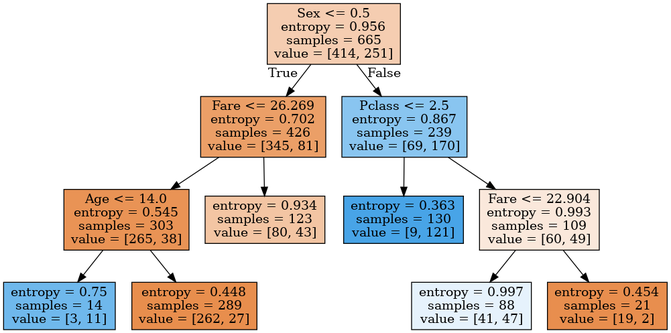
Before: datanerd.hateblo.jp/2020/04/30/tree/model2.png, a diagram exported from Graphviz (sugiyamath/self_kaggling). Its source is kept beside it as datanerd.hateblo.jp/2020/04/30/tree/model2.dot.
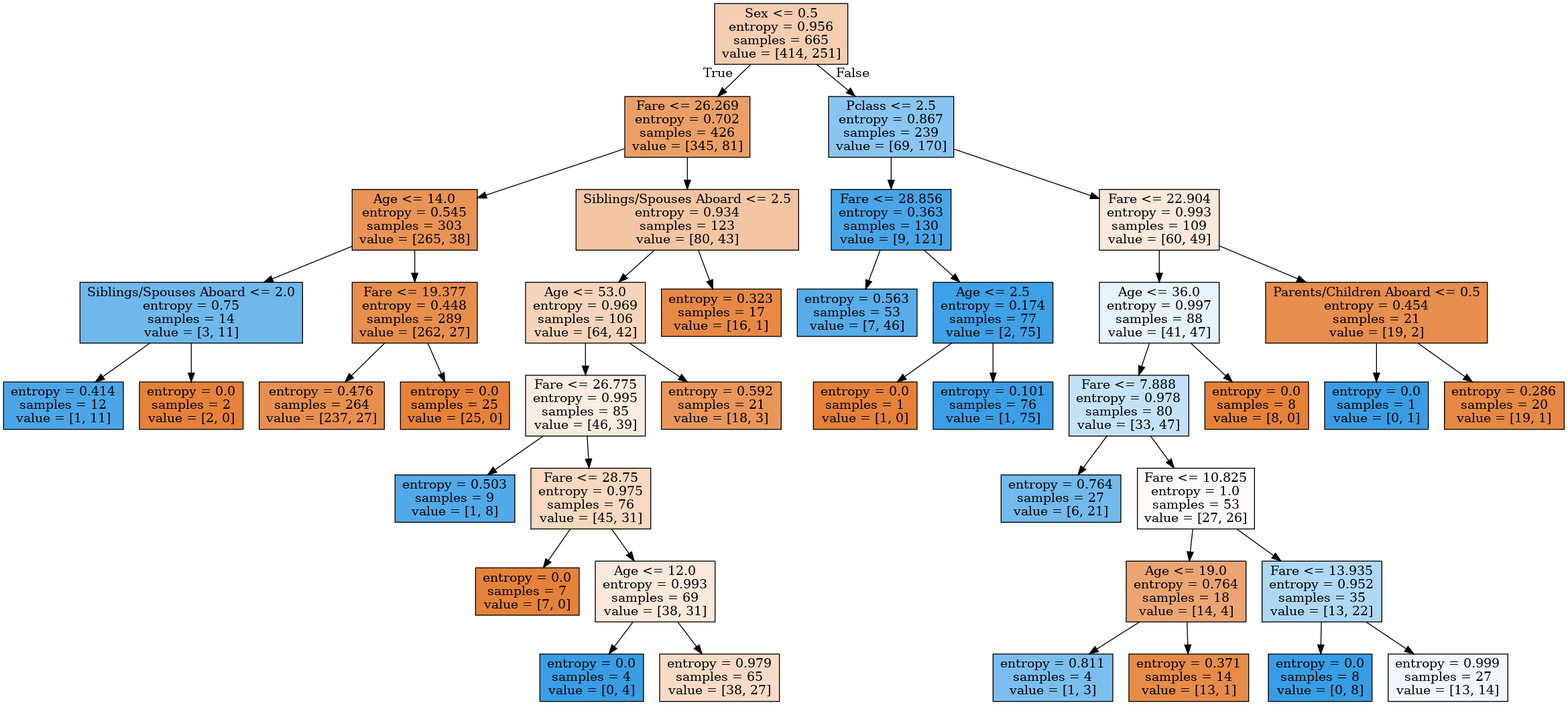
The same file after the commit.

Change to the diagram source:
```diff
@@ -5,20 +5,80 @@
 0 -> 1 [labeldistance=2.5, labelangle=45, headlabel="True"] ;
 5 [label="Age <= 14.0\nentropy = 0.545\nsamples = 303\nvalue = [265, 38]", fillcolor="#e99355"] ;
 1 -> 5 ;
-7 [label="entropy = 0.75\nsamples = 14\nvalue = [3, 11]", fillcolor="#6fb8ec"] ;
+7 [label="Siblings/Spouses Aboard <= 2.0\nentropy = 0.75\nsamples = 14\nvalue = [3, 11]", fillcolor="#6fb8ec"] ;
 5 -> 7 ;
-8 [label="entropy = 0.448\nsamples = 289\nvalue = [262, 27]", fillcolor="#e88e4d"] ;
+21 [label="entropy = 0.414\nsamples = 12\nvalue = [1, 11]", fillcolor="#4ba6e7"] ;
+7 -> 21 ;
+22 [label="entropy = 0.0\nsamples = 2\nvalue = [2, 0]", fillcolor="#e58139"] ;
+7 -> 22 ;
+8 [label="Fare <= 19.377\nentropy = 0.448\nsamples = 289\nvalue = [262, 27]", fillcolor="#e88e4d"] ;
 5 -> 8 ;
-6 [label="entropy = 0.934\nsamples = 123\nvalue = [80, 43]", fillcolor="#f3c5a3"] ;
+39 [label="entropy = 0.476\nsamples = 264\nvalue = [237, 27]", fillcolor="#e88f50"] ;
+8 -> 39 ;
+40 [label="entropy = 0.0\nsamples = 25\nvalue = [25, 0]", fillcolor="#e58139"] ;
+8 -> 40 ;
+6 [label="Siblings/Spouses Aboard <= 2.5\nentropy = 0.934\nsamples = 123\nvalue = [80, 43]", fillcolor="#f3c5a3"] ;
 1 -> 6 ;
+13 [label="Age <= 53.0\nentropy = 0.969\nsamples = 106\nvalue = [64, 42]", fillcolor="#f6d4bb"] ;
+6 -> 13 ;
+15 [label="Fare <= 26.775\nentropy = 0.995\nsamples = 85\nvalue = [46, 39]", fillcolor="#fbece1"] ;
+13 -> 15 ;
+17 [label="entropy = 0.503\nsamples = 9\nvalue = [1, 8]", fillcolor="#52a9e8"] ;
+15 -> 17 ;
+18 [label="Fare <= 28.75\nentropy = 0.975\nsamples = 76\nvalue = [45, 31]", fillcolor="#f7d8c1"] ;
+15 -> 18 ;
+19 [label="entropy = 0.0\nsamples = 7\nvalue = [7, 0]", fillcolor="#e58139"] ;
+18 -> 19 ;
+20 [label="Age <= 12.0\nentropy = 0.993\nsamples = 69\nvalue = [38, 31]", fillcolor="#fae8db"] ;
+18 -> 20 ;
+23 [label="entropy = 0.0\nsamples = 4\nvalue = [0, 4]", fillcolor="#399de5"] ;
+20 -> 23 ;
+24 [label="entropy = 0.979\nsamples = 65\nvalue = [38, 27]", fillcolor="#f7dbc6"] ;
+20 -> 24 ;
+16 [label="entropy = 0.592\nsamples = 21\nvalue = [18, 3]", fillcolor="#e9965a"] ;
+13 -> 16 ;
+14 [label="entropy = 0.323\nsamples = 17\nvalue = [16, 1]", fillcolor="#e78945"] ;
+6 -> 14 ;
 2 [label="Pclass <= 2.5\nentropy = 0.867\nsamples = 239\nvalue = [69, 170]", fillcolor="#89c5f0"] ;
 0 -> 2 [labeldistance=2.5, labelangle=-45, headlabel="False"] ;
-3 [label="entropy = 0.363\nsamples = 130\nvalue = [9, 121]", fillcolor="#48a4e7"] ;
+3 [label="Fare <= 28.856\nentropy = 0.363\nsamples = 130\nvalue = [9, 121]", fillcolor="#48a4e7"] ;
 2 -> 3 ;
+33 [label="entropy = 0.563\nsamples = 53\nvalue = [7, 46]", fillcolor="#57ace9"] ;
+3 -> 33 ;
+34 [label="Age <= 2.5\nentropy = 0.174\nsamples = 77\nvalue = [2, 75]", fillcolor="#3ea0e6"] ;
+3 -> 34 ;
+35 [label="entropy = 0.0\nsamples = 1\nvalue = [1, 0]", fillcolor="#e58139"] ;
+34 -> 35 ;
+36 [label="entropy = 0.101\nsamples = 76\nvalue = [1, 75]", fillcolor="#3c9ee5"] ;
+34 -> 36 ;
 4 [label="Fare <= 22.904\nentropy = 0.993\nsamples = 109\nvalue = [60, 49]", fillcolor="#fae8db"] ;
 2 -> 4 ;
-9 [label="entropy = 0.997\nsamples = 88\nvalue = [41, 47]", fillcolor="#e6f2fc"] ;
+9 [label="Age <= 36.0\nentropy = 0.997\nsamples = 88\nvalue = [41, 47]", fillcolor="#e6f2fc"] ;
 4 -> 9 ;
-10 [label="entropy = 0.454\nsamples = 21\nvalue = [19, 2]", fillcolor="#e88e4e"] ;
+11 [label="Fare <= 7.888\nentropy = 0.978\nsamples = 80\nvalue = [33, 47]", fillcolor="#c4e2f7"] ;
+9 -> 11 ;
+25 [label="entropy = 0.764\nsamples = 27\nvalue = [6, 21]", fillcolor="#72b9ec"] ;
+11 -> 25 ;
+26 [label="Fare <= 10.825\nentropy = 1.0\nsamples = 53\nvalue = [27, 26]", fillcolor="#fefaf8"] ;
+11 -> 26 ;
+27 [label="Age <= 19.0\nentropy = 0.764\nsamples = 18\nvalue = [14, 4]", fillcolor="#eca572"] ;
+26 -> 27 ;
+31 [label="entropy = 0.811\nsamples = 4\nvalue = [1, 3]", fillcolor="#7bbeee"] ;
+27 -> 31 ;
+32 [label="entropy = 0.371\nsamples = 14\nvalue = [13, 1]", fillcolor="#e78b48"] ;
+27 -> 32 ;
+28 [label="Fare <= 13.935\nentropy = 0.952\nsamples = 35\nvalue = [13, 22]", fillcolor="#aed7f4"] ;
+26 -> 28 ;
+29 [label="entropy = 0.0\nsamples = 8\nvalue = [0, 8]", fillcolor="#399de5"] ;
+28 -> 29 ;
+30 [label="entropy = 0.999\nsamples = 27\nvalue = [13, 14]", fillcolor="#f1f8fd"] ;
+28 -> 30 ;
+12 [label="entropy = 0.0\nsamples = 8\nvalue = [8, 0]", fillcolor="#e58139"] ;
+9 -> 12 ;
+10 [label="Parents/Children Aboard <= 0.5\nentropy = 0.454\nsamples = 21\nvalue = [19, 2]", fillcolor="#e88e4e"] ;
 4 -> 10 ;
+37 [label="entropy = 0.0\nsamples = 1\nvalue = [0, 1]", fillcolor="#399de5"] ;
+10 -> 37 ;
+38 [label="entropy = 0.286\nsamples = 20\nvalue = [19, 1]", fillcolor="#e68843"] ;
+10 -> 38 ;
 }
```
